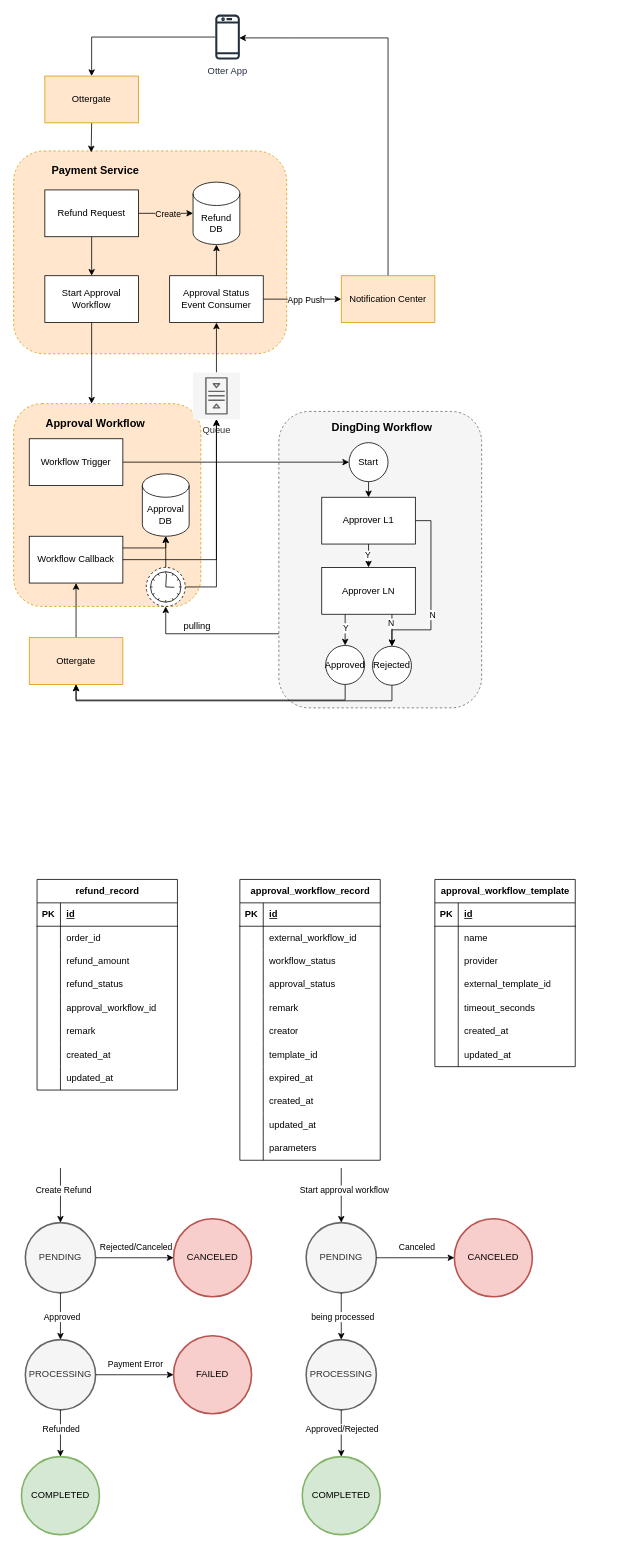
evagle/awesome keeps this draw.io diagram as Refund Process.drawio. Above is the earlier version. Source tidied: cells renumbered, new cells numbered last; positions are measured from the earlier drawing's top-left corner, leaving out a move shared by most shapes. Both pictures are drawn from the tidied source at 78%, with x=0, y=0 at pixel (13, 13).
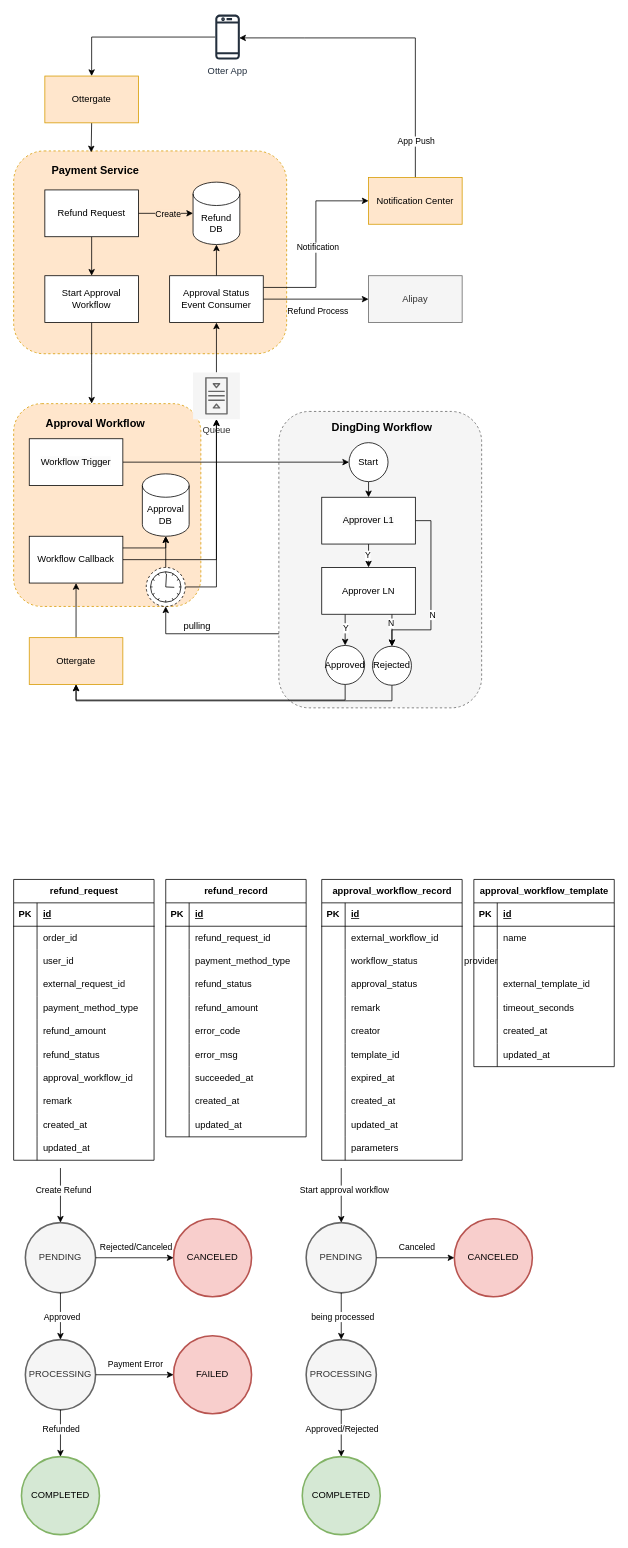
The same diagram, later.

The change refers to these unchanged cells:
```xml
<mxCell id="40" value="Approval Status Event Consumer" style="rounded=0;whiteSpace=wrap;html=1;" parent="1" vertex="1">
  <mxGeometry x="200" y="336" width="120" height="60" as="geometry" />
</mxCell>
<mxCell id="43" style="edgeStyle=orthogonalEdgeStyle;rounded=0;jettySize=auto;html=1;exitX=0.5;exitY=0;exitDx=0;exitDy=0;entryX=0.974;entryY=0.519;entryDx=0;entryDy=0;entryPerimeter=0;" parent="1" edge="1" source="44" target="6">
  <mxGeometry relative="1" as="geometry" />
</mxCell>
```

The edit, as a diff of the source:
```diff
@@
+    <mxCell id="165" style="edgeStyle=orthogonalEdgeStyle;rounded=0;jettySize=auto;html=1;exitX=1;exitY=0.5;exitDx=0;exitDy=0;entryX=0;entryY=0.5;entryDx=0;entryDy=0;" parent="1" edge="1" source="40" target="208">
+      <mxGeometry relative="1" as="geometry" />
+    </mxCell>
+    <mxCell id="166" value="Refund Process" style="edgeLabel;html=1;align=center;verticalAlign=middle;" parent="165" vertex="1">
+      <mxGeometry x="0.21" y="-1" relative="1" as="geometry">
+        <mxPoint x="-13" y="13" as="offset" />
+      </mxGeometry>
+    </mxCell>
-    <mxCell id="38" style="edgeStyle=orthogonalEdgeStyle;rounded=0;jettySize=auto;html=1;exitX=1;exitY=0.5;exitDx=0;exitDy=0;entryX=0;entryY=0.5;entryDx=0;entryDy=0;" parent="1" edge="1" source="40" target="44">
+    <mxCell id="38" style="edgeStyle=orthogonalEdgeStyle;rounded=0;jettySize=auto;html=1;exitX=1;exitY=0.25;exitDx=0;exitDy=0;entryX=0;entryY=0.5;entryDx=0;entryDy=0;" parent="1" edge="1" source="40" target="44">
       <mxGeometry relative="1" as="geometry" />
     </mxCell>
-    <mxCell id="39" value="App Push" style="edgeLabel;html=1;align=center;verticalAlign=middle;" parent="38" vertex="1">
-      <mxGeometry x="0.07" relative="1" as="geometry" />
-    </mxCell>
+    <mxCell id="167" value="Notification" style="edgeLabel;html=1;align=center;verticalAlign=middle;" parent="38" vertex="1">
+      <mxGeometry x="-0.03" y="-2" relative="1" as="geometry" />
+    </mxCell>
@@
+    <mxCell id="39" value="App Push" style="edgeLabel;html=1;align=center;verticalAlign=middle;" parent="43" vertex="1">
+      <mxGeometry x="-0.77" relative="1" as="geometry" />
+    </mxCell>
     <mxCell id="44" value="Notification Center" style="rounded=0;whiteSpace=wrap;html=1;fillColor=#ffe6cc;strokeColor=#d79b00;" parent="1" vertex="1">
-      <mxGeometry x="420" y="336" width="120" height="60" as="geometry" />
+      <mxGeometry x="455" y="210" width="120" height="60" as="geometry" />
     </mxCell>
@@
-    <mxCell id="49" value="refund_record" style="shape=table;startSize=30;childLayout=tableLayout;rowLines=0;fontStyle=1;align=center;html=1;" parent="1" vertex="1">
-      <mxGeometry x="30" y="1110" width="180" height="270" as="geometry" />
+    <mxCell id="49" value="refund_request" style="shape=table;startSize=30;childLayout=tableLayout;rowLines=0;fontStyle=1;align=center;html=1;" parent="1" vertex="1">
+      <mxGeometry y="1110" width="180" height="360" as="geometry" />
     </mxCell>
@@
+    <mxCell id="168" style="shape=tableRow;horizontal=0;startSize=0;swimlaneHead=0;swimlaneBody=0;fillColor=none;top=0;left=0;right=0;bottom=0;" parent="49" vertex="1">
+      <mxGeometry y="90" width="180" height="30" as="geometry" />
+    </mxCell>
+    <mxCell id="169" style="shape=partialRectangle;fillColor=none;top=0;left=0;bottom=0;right=0;overflow=hidden;whiteSpace=wrap;html=1;" parent="168" vertex="1">
+      <mxGeometry width="30" height="30" as="geometry" />
+    </mxCell>
+    <mxCell id="170" value="user_id" style="shape=partialRectangle;fillColor=none;top=0;left=0;bottom=0;right=0;align=left;spacingLeft=6;overflow=hidden;whiteSpace=wrap;html=1;" parent="168" vertex="1">
+      <mxGeometry x="30" width="150" height="30" as="geometry" />
+    </mxCell>
+    <mxCell id="171" style="shape=tableRow;horizontal=0;startSize=0;swimlaneHead=0;swimlaneBody=0;fillColor=none;top=0;left=0;right=0;bottom=0;" parent="49" vertex="1">
+      <mxGeometry y="120" width="180" height="30" as="geometry" />
+    </mxCell>
+    <mxCell id="172" style="shape=partialRectangle;fillColor=none;top=0;left=0;bottom=0;right=0;overflow=hidden;whiteSpace=wrap;html=1;" parent="171" vertex="1">
+      <mxGeometry width="30" height="30" as="geometry" />
+    </mxCell>
+    <mxCell id="173" value="external_request_id" style="shape=partialRectangle;fillColor=none;top=0;left=0;bottom=0;right=0;align=left;spacingLeft=6;overflow=hidden;whiteSpace=wrap;html=1;" parent="171" vertex="1">
+      <mxGeometry x="30" width="150" height="30" as="geometry" />
+    </mxCell>
+    <mxCell id="174" style="shape=tableRow;horizontal=0;startSize=0;swimlaneHead=0;swimlaneBody=0;fillColor=none;top=0;left=0;right=0;bottom=0;" parent="49" vertex="1">
+      <mxGeometry y="150" width="180" height="30" as="geometry" />
+    </mxCell>
+    <mxCell id="175" style="shape=partialRectangle;fillColor=none;top=0;left=0;bottom=0;right=0;overflow=hidden;whiteSpace=wrap;html=1;" parent="174" vertex="1">
+      <mxGeometry width="30" height="30" as="geometry" />
+    </mxCell>
+    <mxCell id="176" value="payment_method_type" style="shape=partialRectangle;fillColor=none;top=0;left=0;bottom=0;right=0;align=left;spacingLeft=6;overflow=hidden;whiteSpace=wrap;html=1;" parent="174" vertex="1">
+      <mxGeometry x="30" width="150" height="30" as="geometry" />
+    </mxCell>
     <mxCell id="56" style="shape=tableRow;horizontal=0;startSize=0;swimlaneHead=0;swimlaneBody=0;fillColor=none;top=0;left=0;right=0;bottom=0;" parent="49" vertex="1">
-      <mxGeometry y="90" width="180" height="30" as="geometry" />
+      <mxGeometry y="180" width="180" height="30" as="geometry" />
     </mxCell>
@@
     <mxCell id="59" style="shape=tableRow;horizontal=0;startSize=0;swimlaneHead=0;swimlaneBody=0;fillColor=none;top=0;left=0;right=0;bottom=0;" parent="49" vertex="1">
-      <mxGeometry y="120" width="180" height="30" as="geometry" />
+      <mxGeometry y="210" width="180" height="30" as="geometry" />
     </mxCell>
@@
     <mxCell id="62" style="shape=tableRow;horizontal=0;startSize=0;swimlaneHead=0;swimlaneBody=0;fillColor=none;top=0;left=0;right=0;bottom=0;" parent="49" vertex="1">
-      <mxGeometry y="150" width="180" height="30" as="geometry" />
+      <mxGeometry y="240" width="180" height="30" as="geometry" />
     </mxCell>
@@
     <mxCell id="65" style="shape=tableRow;horizontal=0;startSize=0;swimlaneHead=0;swimlaneBody=0;fillColor=none;top=0;left=0;right=0;bottom=0;" parent="49" vertex="1">
-      <mxGeometry y="180" width="180" height="30" as="geometry" />
+      <mxGeometry y="270" width="180" height="30" as="geometry" />
     </mxCell>
@@
     <mxCell id="68" style="shape=tableRow;horizontal=0;startSize=0;swimlaneHead=0;swimlaneBody=0;fillColor=none;top=0;left=0;right=0;bottom=0;" parent="49" vertex="1">
-      <mxGeometry y="210" width="180" height="30" as="geometry" />
+      <mxGeometry y="300" width="180" height="30" as="geometry" />
     </mxCell>
@@
     <mxCell id="71" style="shape=tableRow;horizontal=0;startSize=0;swimlaneHead=0;swimlaneBody=0;fillColor=none;top=0;left=0;right=0;bottom=0;" parent="49" vertex="1">
-      <mxGeometry y="240" width="180" height="30" as="geometry" />
+      <mxGeometry y="330" width="180" height="30" as="geometry" />
     </mxCell>
@@
     <mxCell id="74" value="approval_workflow_record" style="shape=table;startSize=30;childLayout=tableLayout;rowLines=0;fontStyle=1;align=center;html=1;" parent="1" vertex="1">
-      <mxGeometry x="290" y="1110" width="180" height="360" as="geometry" />
+      <mxGeometry x="395" y="1110" width="180" height="360" as="geometry" />
     </mxCell>
@@
     <mxCell id="135" value="approval_workflow_template" style="shape=table;startSize=30;childLayout=tableLayout;rowLines=0;fontStyle=1;align=center;html=1;" parent="1" vertex="1">
-      <mxGeometry x="540" y="1110" width="180" height="240" as="geometry" />
+      <mxGeometry x="590" y="1110" width="180" height="240" as="geometry" />
     </mxCell>
@@
+    <mxCell id="177" value="refund_record" style="shape=table;startSize=30;childLayout=tableLayout;rowLines=0;fontStyle=1;align=center;html=1;" parent="1" vertex="1">
+      <mxGeometry x="195" y="1110" width="180" height="330" as="geometry" />
+    </mxCell>
+    <mxCell id="178" style="shape=tableRow;horizontal=0;startSize=0;swimlaneHead=0;swimlaneBody=0;fillColor=none;top=0;left=0;right=0;bottom=1;" parent="177" vertex="1">
+      <mxGeometry y="30" width="180" height="30" as="geometry" />
+    </mxCell>
+    <mxCell id="179" value="PK" style="shape=partialRectangle;fillColor=none;top=0;left=0;bottom=0;right=0;fontStyle=1;overflow=hidden;whiteSpace=wrap;html=1;" parent="178" vertex="1">
+      <mxGeometry width="30" height="30" as="geometry" />
+    </mxCell>
+    <mxCell id="180" value="id" style="shape=partialRectangle;fillColor=none;top=0;left=0;bottom=0;right=0;align=left;spacingLeft=6;fontStyle=5;overflow=hidden;whiteSpace=wrap;html=1;" parent="178" vertex="1">
+      <mxGeometry x="30" width="150" height="30" as="geometry" />
+    </mxCell>
+    <mxCell id="181" style="shape=tableRow;horizontal=0;startSize=0;swimlaneHead=0;swimlaneBody=0;fillColor=none;top=0;left=0;right=0;bottom=0;" parent="177" vertex="1">
+      <mxGeometry y="60" width="180" height="30" as="geometry" />
+    </mxCell>
+    <mxCell id="182" style="shape=partialRectangle;fillColor=none;top=0;left=0;bottom=0;right=0;overflow=hidden;whiteSpace=wrap;html=1;" parent="181" vertex="1">
+      <mxGeometry width="30" height="30" as="geometry" />
+    </mxCell>
+    <mxCell id="183" value="refund_request_id" style="shape=partialRectangle;fillColor=none;top=0;left=0;bottom=0;right=0;align=left;spacingLeft=6;overflow=hidden;whiteSpace=wrap;html=1;" parent="181" vertex="1">
+      <mxGeometry x="30" width="150" height="30" as="geometry" />
+    </mxCell>
+    <mxCell id="184" style="shape=tableRow;horizontal=0;startSize=0;swimlaneHead=0;swimlaneBody=0;fillColor=none;top=0;left=0;right=0;bottom=0;" parent="177" vertex="1">
+      <mxGeometry y="90" width="180" height="30" as="geometry" />
+    </mxCell>
+    <mxCell id="185" style="shape=partialRectangle;fillColor=none;top=0;left=0;bottom=0;right=0;overflow=hidden;whiteSpace=wrap;html=1;" parent="184" vertex="1">
+      <mxGeometry width="30" height="30" as="geometry" />
+    </mxCell>
+    <mxCell id="186" value="payment_method_type" style="shape=partialRectangle;fillColor=none;top=0;left=0;bottom=0;right=0;align=left;spacingLeft=6;overflow=hidden;whiteSpace=wrap;html=1;" parent="184" vertex="1">
+      <mxGeometry x="30" width="150" height="30" as="geometry" />
+    </mxCell>
+    <mxCell id="187" style="shape=tableRow;horizontal=0;startSize=0;swimlaneHead=0;swimlaneBody=0;fillColor=none;top=0;left=0;right=0;bottom=0;" parent="177" vertex="1">
+      <mxGeometry y="120" width="180" height="30" as="geometry" />
+    </mxCell>
+    <mxCell id="188" style="shape=partialRectangle;fillColor=none;top=0;left=0;bottom=0;right=0;overflow=hidden;whiteSpace=wrap;html=1;" parent="187" vertex="1">
+      <mxGeometry width="30" height="30" as="geometry" />
+    </mxCell>
+    <mxCell id="189" value="refund_status" style="shape=partialRectangle;fillColor=none;top=0;left=0;bottom=0;right=0;align=left;spacingLeft=6;overflow=hidden;whiteSpace=wrap;html=1;" parent="187" vertex="1">
+      <mxGeometry x="30" width="150" height="30" as="geometry" />
+    </mxCell>
+    <mxCell id="190" style="shape=tableRow;horizontal=0;startSize=0;swimlaneHead=0;swimlaneBody=0;fillColor=none;top=0;left=0;right=0;bottom=0;" parent="177" vertex="1">
+      <mxGeometry y="150" width="180" height="30" as="geometry" />
+    </mxCell>
+    <mxCell id="191" style="shape=partialRectangle;fillColor=none;top=0;left=0;bottom=0;right=0;overflow=hidden;whiteSpace=wrap;html=1;" parent="190" vertex="1">
+      <mxGeometry width="30" height="30" as="geometry" />
+    </mxCell>
+    <mxCell id="192" value="refund_amount" style="shape=partialRectangle;fillColor=none;top=0;left=0;bottom=0;right=0;align=left;spacingLeft=6;overflow=hidden;whiteSpace=wrap;html=1;" parent="190" vertex="1">
+      <mxGeometry x="30" width="150" height="30" as="geometry" />
+    </mxCell>
+    <mxCell id="193" style="shape=tableRow;horizontal=0;startSize=0;swimlaneHead=0;swimlaneBody=0;fillColor=none;top=0;left=0;right=0;bottom=0;" parent="177" vertex="1">
+      <mxGeometry y="180" width="180" height="30" as="geometry" />
+    </mxCell>
+    <mxCell id="194" style="shape=partialRectangle;fillColor=none;top=0;left=0;bottom=0;right=0;overflow=hidden;whiteSpace=wrap;html=1;" parent="193" vertex="1">
+      <mxGeometry width="30" height="30" as="geometry" />
+    </mxCell>
+    <mxCell id="195" value="error_code" style="shape=partialRectangle;fillColor=none;top=0;left=0;bottom=0;right=0;align=left;spacingLeft=6;overflow=hidden;whiteSpace=wrap;html=1;" parent="193" vertex="1">
+      <mxGeometry x="30" width="150" height="30" as="geometry" />
+    </mxCell>
+    <mxCell id="196" style="shape=tableRow;horizontal=0;startSize=0;swimlaneHead=0;swimlaneBody=0;fillColor=none;top=0;left=0;right=0;bottom=0;" parent="177" vertex="1">
+      <mxGeometry y="210" width="180" height="30" as="geometry" />
+    </mxCell>
+    <mxCell id="197" style="shape=partialRectangle;fillColor=none;top=0;left=0;bottom=0;right=0;overflow=hidden;whiteSpace=wrap;html=1;" parent="196" vertex="1">
+      <mxGeometry width="30" height="30" as="geometry" />
+    </mxCell>
+    <mxCell id="198" value="error_msg" style="shape=partialRectangle;fillColor=none;top=0;left=0;bottom=0;right=0;align=left;spacingLeft=6;overflow=hidden;whiteSpace=wrap;html=1;" parent="196" vertex="1">
+      <mxGeometry x="30" width="150" height="30" as="geometry" />
+    </mxCell>
+    <mxCell id="199" style="shape=tableRow;horizontal=0;startSize=0;swimlaneHead=0;swimlaneBody=0;fillColor=none;top=0;left=0;right=0;bottom=0;" parent="177" vertex="1">
+      <mxGeometry y="240" width="180" height="30" as="geometry" />
+    </mxCell>
+    <mxCell id="200" style="shape=partialRectangle;fillColor=none;top=0;left=0;bottom=0;right=0;overflow=hidden;whiteSpace=wrap;html=1;" parent="199" vertex="1">
+      <mxGeometry width="30" height="30" as="geometry" />
+    </mxCell>
+    <mxCell id="201" value="succeeded_at" style="shape=partialRectangle;fillColor=none;top=0;left=0;bottom=0;right=0;align=left;spacingLeft=6;overflow=hidden;whiteSpace=wrap;html=1;" parent="199" vertex="1">
+      <mxGeometry x="30" width="150" height="30" as="geometry" />
+    </mxCell>
+    <mxCell id="202" style="shape=tableRow;horizontal=0;startSize=0;swimlaneHead=0;swimlaneBody=0;fillColor=none;top=0;left=0;right=0;bottom=0;" parent="177" vertex="1">
+      <mxGeometry y="270" width="180" height="30" as="geometry" />
+    </mxCell>
+    <mxCell id="203" style="shape=partialRectangle;fillColor=none;top=0;left=0;bottom=0;right=0;overflow=hidden;whiteSpace=wrap;html=1;" parent="202" vertex="1">
+      <mxGeometry width="30" height="30" as="geometry" />
+    </mxCell>
+    <mxCell id="204" value="created_at" style="shape=partialRectangle;fillColor=none;top=0;left=0;bottom=0;right=0;align=left;spacingLeft=6;overflow=hidden;whiteSpace=wrap;html=1;" parent="202" vertex="1">
+      <mxGeometry x="30" width="150" height="30" as="geometry" />
+    </mxCell>
+    <mxCell id="205" style="shape=tableRow;horizontal=0;startSize=0;swimlaneHead=0;swimlaneBody=0;fillColor=none;top=0;left=0;right=0;bottom=0;" parent="177" vertex="1">
+      <mxGeometry y="300" width="180" height="30" as="geometry" />
+    </mxCell>
+    <mxCell id="206" style="shape=partialRectangle;fillColor=none;top=0;left=0;bottom=0;right=0;overflow=hidden;whiteSpace=wrap;html=1;" parent="205" vertex="1">
+      <mxGeometry width="30" height="30" as="geometry" />
+    </mxCell>
+    <mxCell id="207" value="updated_at" style="shape=partialRectangle;fillColor=none;top=0;left=0;bottom=0;right=0;align=left;spacingLeft=6;overflow=hidden;whiteSpace=wrap;html=1;" parent="205" vertex="1">
+      <mxGeometry x="30" width="150" height="30" as="geometry" />
+    </mxCell>
+    <mxCell id="208" value="Alipay" style="rounded=0;whiteSpace=wrap;html=1;fillColor=#f5f5f5;fontColor=#333333;strokeColor=#666666;" parent="1" vertex="1">
+      <mxGeometry x="455" y="336" width="120" height="60" as="geometry" />
+    </mxCell>
```
